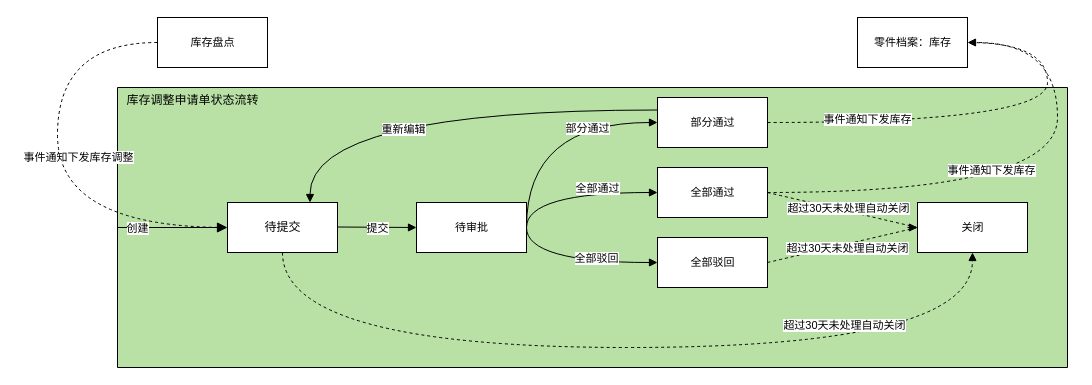
Earlier version of the draw.io diagram page "事件图" (4 of 5) of 库存调整申请单.drawio (1132489442/gitRepository1). Source tidied: cells renumbered, new cells numbered last; positions are measured from the earlier drawing's top-left corner, leaving out a move shared by most shapes. Both pictures are drawn from the tidied source at 100%, with x=0, y=0 at pixel (57, 17).
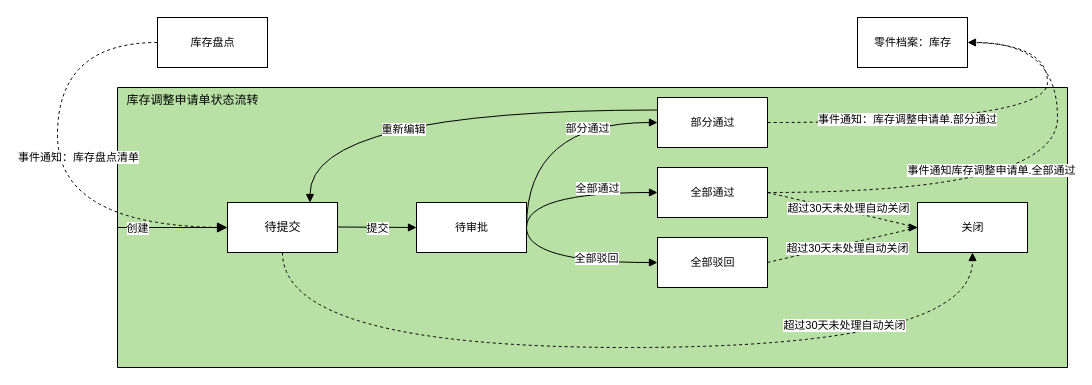
The same diagram, later.

The change refers to these unchanged cells:
```xml
<mxCell id="6" style="edgeStyle=orthogonalEdgeStyle;curved=1;rounded=0;jettySize=auto;html=1;exitX=1;exitY=0.5;exitDx=0;exitDy=0;entryX=1;entryY=0.5;entryDx=0;entryDy=0;dashed=1;endArrow=block;endFill=1;" parent="1" edge="1" source="8" target="20">
  <mxGeometry relative="1" as="geometry">
    <Array as="points">
      <mxPoint x="1000" y="175" />
      <mxPoint x="1000" y="25" />
    </Array>
  </mxGeometry>
</mxCell>
<mxCell id="9" style="edgeStyle=orthogonalEdgeStyle;curved=1;rounded=0;jettySize=auto;html=1;exitX=1;exitY=0.5;exitDx=0;exitDy=0;entryX=1;entryY=0.5;entryDx=0;entryDy=0;dashed=1;endArrow=none;endFill=0;" parent="1" edge="1" source="13" target="20">
  <mxGeometry relative="1" as="geometry">
    <Array as="points">
      <mxPoint x="990" y="105" />
      <mxPoint x="990" y="25" />
    </Array>
  </mxGeometry>
</mxCell>
<mxCell id="21" style="edgeStyle=orthogonalEdgeStyle;curved=1;rounded=0;jettySize=auto;html=1;exitX=0;exitY=0.5;exitDx=0;exitDy=0;entryX=0;entryY=0.5;entryDx=0;entryDy=0;endArrow=none;endFill=0;dashed=1;" parent="1" edge="1" source="19" target="17">
  <mxGeometry relative="1" as="geometry">
    <Array as="points">
      <mxPoint y="25" />
      <mxPoint y="210" />
    </Array>
  </mxGeometry>
</mxCell>
```

Change to the diagram source:
```diff
@@
-    <mxCell id="7" value="事件通知下发库存" style="edgeLabel;html=1;align=center;verticalAlign=middle;" parent="6" vertex="1">
+    <mxCell id="7" value="事件通知库存调整申请单.全部通过" style="edgeLabel;html=1;align=center;verticalAlign=middle;" parent="6" vertex="1">
       <mxGeometry x="-0.16" y="23" relative="1" as="geometry" />
     </mxCell>
@@
-    <mxCell id="10" value="事件通知下发库存" style="edgeLabel;html=1;align=center;verticalAlign=middle;" parent="9" vertex="1">
-      <mxGeometry x="-0.55" y="4" relative="1" as="geometry" />
+    <mxCell id="10" value="事件通知：库存调整申请单.部分通过" style="edgeLabel;html=1;align=center;verticalAlign=middle;" parent="9" vertex="1">
+      <mxGeometry x="-0.55" y="4" relative="1" as="geometry">
+        <mxPoint x="40" as="offset" />
+      </mxGeometry>
     </mxCell>
@@
-    <mxCell id="22" value="事件通知下发库存调整" style="edgeLabel;html=1;align=center;verticalAlign=middle;" parent="21" vertex="1">
+    <mxCell id="22" value="事件通知：库存盘点清单" style="edgeLabel;html=1;align=center;verticalAlign=middle;" parent="21" vertex="1">
       <mxGeometry x="-0.02" y="9" relative="1" as="geometry">
         <mxPoint x="11" y="-9" as="offset" />
       </mxGeometry>
     </mxCell>
```
